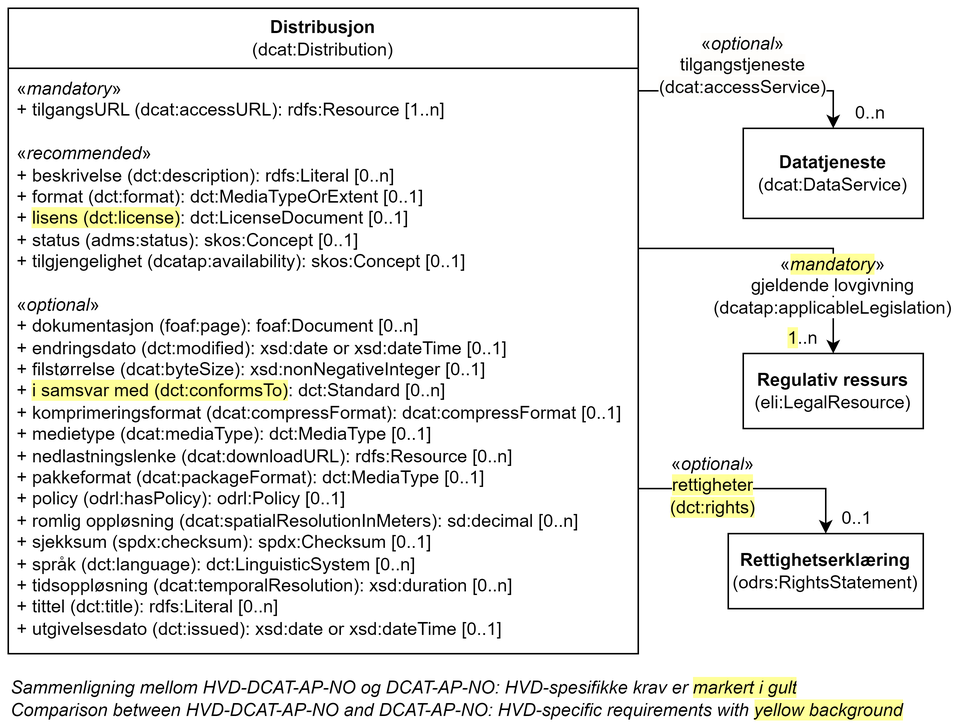
This is docs/images/Klassen-Distribusjon.png from Informasjonsforvaltning/hvd-dcat-ap-no, a draw.io export, as it was before one commit. Source tidied: cells renumbered, new cells last; positions are measured from the earlier drawing's top-left corner, leaving out a move shared by most shapes.
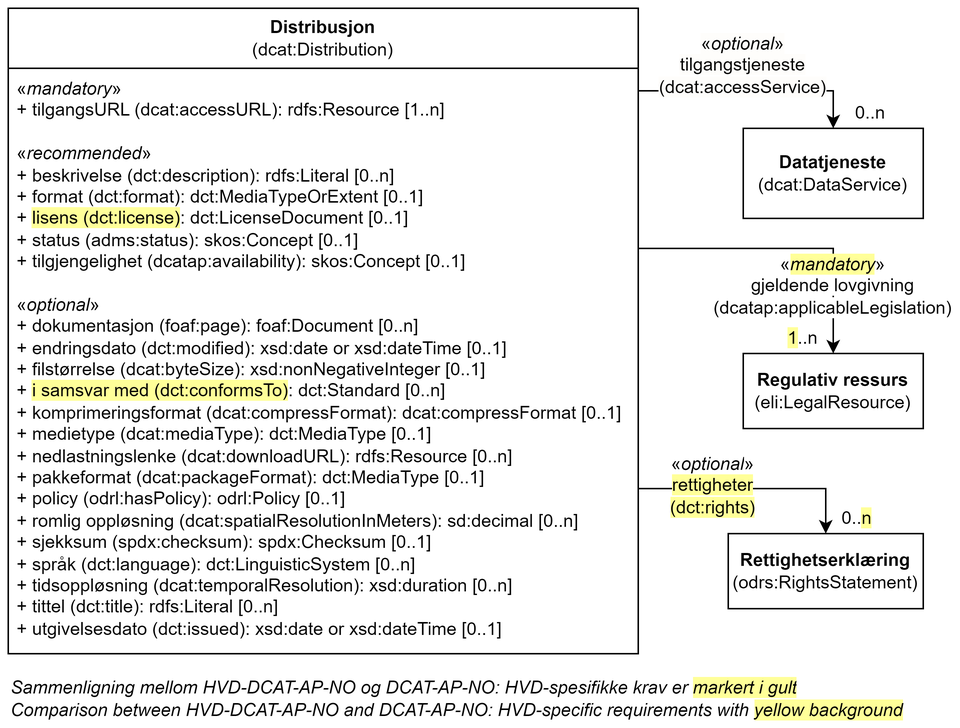
The same file after the commit.

What changed in the source:
```diff
@@ -57,7 +57,7 @@
     <mxCell id="14" value="&lt;span style=&quot;background-color: rgb(255, 255, 255);&quot;&gt;«&lt;/span&gt;&lt;i style=&quot;background-color: rgb(255, 255, 255);&quot;&gt;optional&lt;/i&gt;&lt;span style=&quot;background-color: rgb(255, 255, 255);&quot;&gt;»&lt;/span&gt;&lt;br&gt;&lt;span style=&quot;color: rgb(0, 0, 0); font-family: Helvetica; font-size: 12px; font-style: normal; font-variant-ligatures: normal; font-variant-caps: normal; font-weight: 400; letter-spacing: normal; orphans: 2; text-align: left; text-indent: 0px; text-transform: none; widows: 2; word-spacing: 0px; -webkit-text-stroke-width: 0px; white-space: normal; text-decoration-thickness: initial; text-decoration-style: initial; text-decoration-color: initial; float: none; display: inline !important; background-color: rgb(255, 255, 153);&quot;&gt;rettigheter (dct:rights)&lt;/span&gt;&lt;div&gt;&lt;br&gt;&lt;/div&gt;" style="text;html=1;align=center;verticalAlign=middle;whiteSpace=wrap;rounded=0;" parent="1" vertex="1">
       <mxGeometry x="440" y="310" width="60" height="30" as="geometry" />
     </mxCell>
-    <mxCell id="15" value="0..1" style="text;html=1;strokeColor=none;fillColor=none;align=center;verticalAlign=middle;whiteSpace=wrap;rounded=0;" parent="1" vertex="1">
+    <mxCell id="15" value="0..&lt;span style=&quot;background-color: rgb(255, 255, 153);&quot;&gt;n&lt;/span&gt;" style="text;html=1;strokeColor=none;fillColor=none;align=center;verticalAlign=middle;whiteSpace=wrap;rounded=0;" parent="1" vertex="1">
       <mxGeometry x="552" y="330" width="28" height="20" as="geometry" />
     </mxCell>
     <mxCell id="16" value="Sammenligning mellom HVD-DCAT-AP-NO og DCAT-AP-NO: HVD-spesifikke krav er&amp;nbsp;&lt;span style=&quot;background-color: rgb(255, 255, 153);&quot;&gt;markert i gult&lt;/span&gt;&lt;span style=&quot;background-color: rgb(255 , 255 , 255)&quot;&gt;&amp;nbsp;&lt;/span&gt;&lt;div&gt;&lt;span style=&quot;background-color: rgb(255 , 255 , 255)&quot;&gt;Comparison between HVD-DCAT-AP-NO and DCAT-AP-NO: HVD-specific requirements with &lt;/span&gt;&lt;span style=&quot;background-color: rgb(255, 255, 153);&quot;&gt;yellow background&lt;/span&gt;&lt;/div&gt;" style="text;html=1;strokeColor=none;fillColor=none;align=left;verticalAlign=middle;whiteSpace=wrap;rounded=0;fontStyle=2;" parent="1" vertex="1">
```
